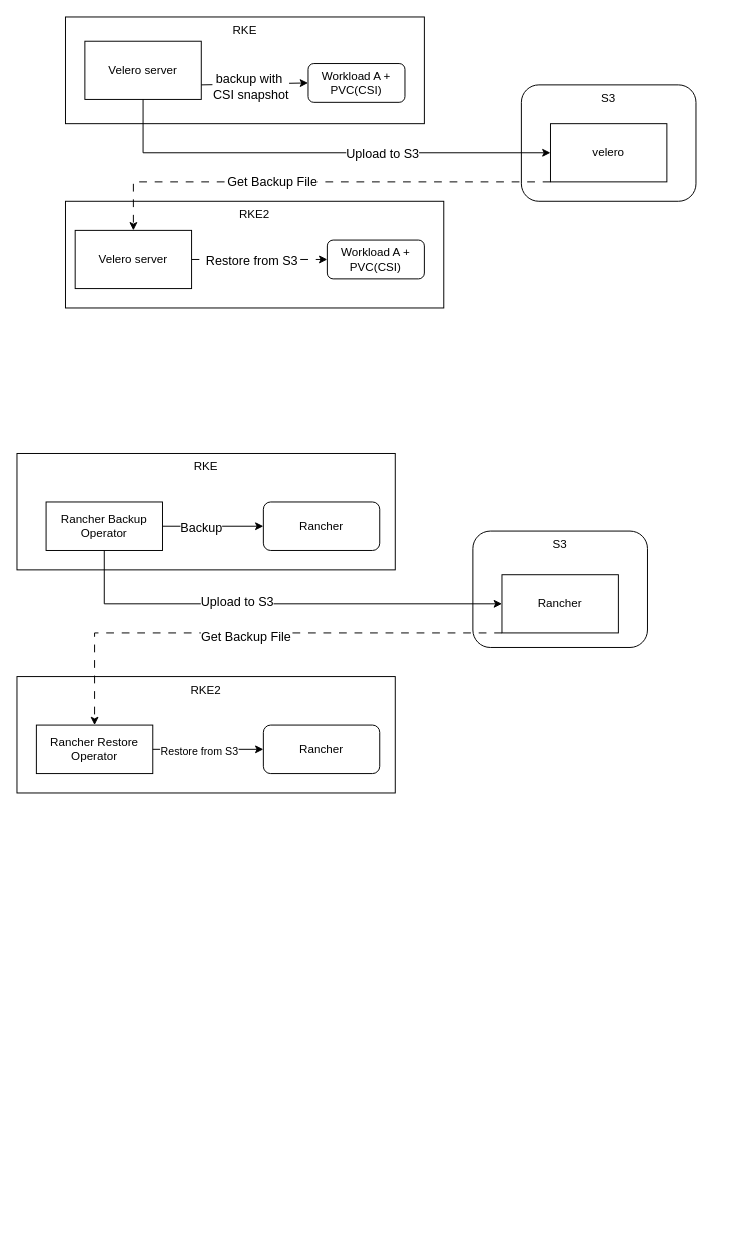
This is replatform.drawio from JacieChao/jacie-docs, a draw.io file, before an edit. Source tidied: cells renumbered, new cells numbered last; positions are measured from the earlier drawing's top-left corner, leaving out a move shared by most shapes. Both pictures are drawn from the tidied source at 97%, with x=0, y=0 at pixel (16, 16).
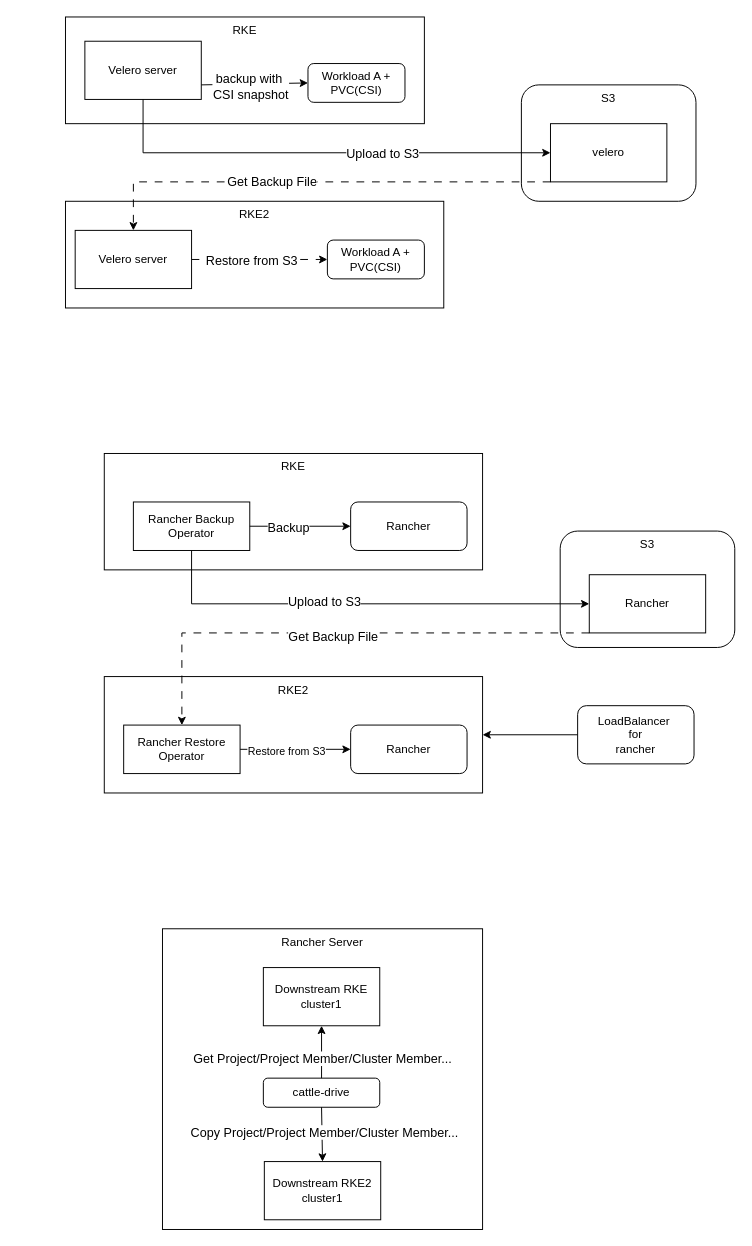
The same diagram, later.

What changed in the source:
```diff
@@
     <mxCell id="18" value="RKE" style="rounded=0;whiteSpace=wrap;html=1;verticalAlign=top;" parent="1" vertex="1">
-      <mxGeometry y="450" width="390" height="120" as="geometry" />
+      <mxGeometry x="90" y="450" width="390" height="120" as="geometry" />
     </mxCell>
     <mxCell id="19" value="Rancher" style="rounded=1;whiteSpace=wrap;html=1;" parent="1" vertex="1">
-      <mxGeometry x="254" y="500" width="120" height="50" as="geometry" />
+      <mxGeometry x="344" y="500" width="120" height="50" as="geometry" />
     </mxCell>
     <mxCell id="20" value="Rancher Backup Operator" style="rounded=0;whiteSpace=wrap;html=1;" parent="1" vertex="1">
-      <mxGeometry x="30" y="500" width="120" height="50" as="geometry" />
+      <mxGeometry x="120" y="500" width="120" height="50" as="geometry" />
     </mxCell>
     <mxCell id="21" value="S3" style="rounded=1;whiteSpace=wrap;html=1;verticalAlign=top;" parent="1" vertex="1">
-      <mxGeometry x="470" y="530" width="180" height="120" as="geometry" />
+      <mxGeometry x="560" y="530" width="180" height="120" as="geometry" />
     </mxCell>
     <mxCell id="22" value="Rancher" style="rounded=0;whiteSpace=wrap;html=1;" parent="1" vertex="1">
-      <mxGeometry x="500" y="575" width="120" height="60" as="geometry" />
+      <mxGeometry x="590" y="575" width="120" height="60" as="geometry" />
     </mxCell>
@@
     <mxCell id="25" style="endArrow=classic;html=1;rounded=0;exitX=0.5;exitY=1;exitDx=0;exitDy=0;" parent="1" edge="1" source="20" target="22">
       <mxGeometry relative="1" as="geometry">
         <Array as="points">
-          <mxPoint x="90" y="605" />
+          <mxPoint x="180" y="605" />
         </Array>
       </mxGeometry>
     </mxCell>
@@
     <mxCell id="27" value="RKE2" style="rounded=0;whiteSpace=wrap;html=1;verticalAlign=top;" parent="1" vertex="1">
-      <mxGeometry y="680" width="390" height="120" as="geometry" />
+      <mxGeometry x="90" y="680" width="390" height="120" as="geometry" />
     </mxCell>
     <mxCell id="28" value="Rancher Restore Operator" style="rounded=0;whiteSpace=wrap;html=1;" parent="1" vertex="1">
-      <mxGeometry x="20" y="730" width="120" height="50" as="geometry" />
+      <mxGeometry x="110" y="730" width="120" height="50" as="geometry" />
     </mxCell>
     <mxCell id="29" value="Rancher" style="rounded=1;whiteSpace=wrap;html=1;" parent="1" vertex="1">
-      <mxGeometry x="254" y="730" width="120" height="50" as="geometry" />
+      <mxGeometry x="344" y="730" width="120" height="50" as="geometry" />
     </mxCell>
     <mxCell id="30" style="endArrow=classic;html=1;rounded=0;exitX=0;exitY=1;exitDx=0;exitDy=0;entryX=0.5;entryY=0;entryDx=0;entryDy=0;dashed=1;dashPattern=8 8;" parent="1" edge="1" source="22" target="28">
       <mxGeometry relative="1" as="geometry">
         <Array as="points">
-          <mxPoint x="80" y="635" />
+          <mxPoint x="170" y="635" />
         </Array>
       </mxGeometry>
     </mxCell>
@@
+    <mxCell id="34" value="LoadBalancer&amp;nbsp;&lt;div&gt;for&lt;br&gt;&lt;div&gt;rancher&lt;/div&gt;&lt;/div&gt;" style="rounded=1;whiteSpace=wrap;html=1;" parent="1" vertex="1">
+      <mxGeometry x="578" y="710" width="120" height="60" as="geometry" />
+    </mxCell>
+    <mxCell id="35" style="endArrow=classic;html=1;rounded=0;exitX=0;exitY=0.5;exitDx=0;exitDy=0;entryX=1;entryY=0.5;entryDx=0;entryDy=0;" parent="1" edge="1" source="34" target="27">
+      <mxGeometry relative="1" as="geometry" />
+    </mxCell>
+    <mxCell id="36" value="Rancher Server" style="rounded=0;whiteSpace=wrap;html=1;verticalAlign=top;" parent="1" vertex="1">
+      <mxGeometry x="150" y="940" width="330" height="310" as="geometry" />
+    </mxCell>
+    <mxCell id="37" value="cattle-drive" style="rounded=1;whiteSpace=wrap;html=1;" parent="1" vertex="1">
+      <mxGeometry x="254" y="1094" width="120" height="30" as="geometry" />
+    </mxCell>
+    <mxCell id="38" value="Downstream RKE cluster1" style="rounded=0;whiteSpace=wrap;html=1;" parent="1" vertex="1">
+      <mxGeometry x="254" y="980" width="120" height="60" as="geometry" />
+    </mxCell>
+    <mxCell id="39" value="Downstream RKE2 cluster1" style="rounded=0;whiteSpace=wrap;html=1;" parent="1" vertex="1">
+      <mxGeometry x="255" y="1180" width="120" height="60" as="geometry" />
+    </mxCell>
+    <mxCell id="40" style="endArrow=classic;html=1;rounded=0;exitX=0.5;exitY=0;exitDx=0;exitDy=0;entryX=0.5;entryY=1;entryDx=0;entryDy=0;" parent="1" edge="1" source="37" target="38">
+      <mxGeometry relative="1" as="geometry" />
+    </mxCell>
+    <mxCell id="41" value="Get Project/Project Member/Cluster Member..." style="edgeLabel;html=1;align=center;verticalAlign=middle;fontSize=13;" parent="40" vertex="1">
+      <mxGeometry x="-0.22" relative="1" as="geometry" />
+    </mxCell>
+    <mxCell id="42" style="endArrow=classic;html=1;rounded=0;exitX=0.5;exitY=1;exitDx=0;exitDy=0;entryX=0.5;entryY=0;entryDx=0;entryDy=0;" parent="1" edge="1" source="37" target="39">
+      <mxGeometry relative="1" as="geometry" />
+    </mxCell>
+    <mxCell id="43" value="Copy Project/Project Member/Cluster Member..." style="edgeLabel;html=1;align=center;verticalAlign=middle;fontSize=13;" parent="42" vertex="1">
+      <mxGeometry x="-0.07" y="2" relative="1" as="geometry" />
+    </mxCell>
```
